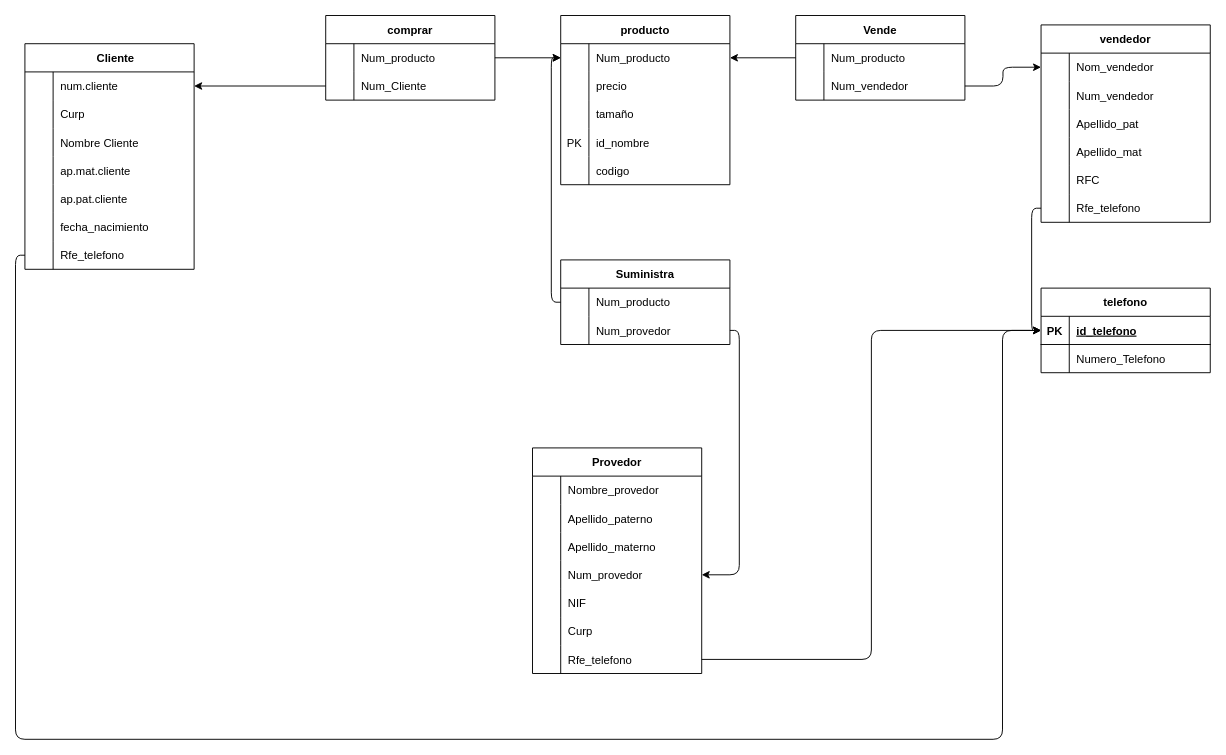
MAB288/fundamentos_de_base_de_datos_Maviel_Martinez keeps this draw.io diagram as page "Page-1" (1 of 2) of DIAGRAMA/TABLAS.drawio. Above is the earlier version. Source tidied: cells renumbered, new cells numbered last; positions are measured from the earlier drawing's top-left corner, leaving out a move shared by most shapes. Both pictures are drawn from the tidied source at 94%, with x=0, y=0 at pixel (15, 15).
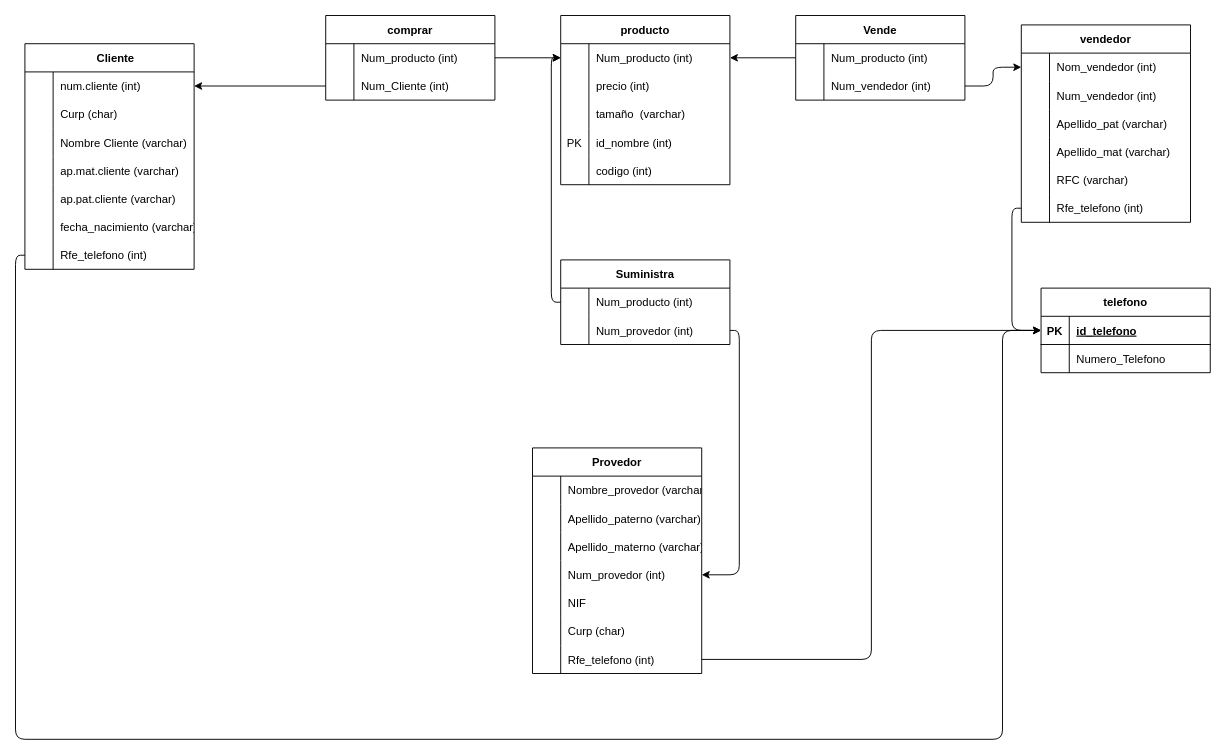
The same diagram, later.

The change refers to these unchanged cells:
```xml
<mxCell id="3" style="shape=tableRow;horizontal=0;startSize=0;swimlaneHead=0;swimlaneBody=0;fillColor=none;points=[[0,0.5],[1,0.5]];portConstraint=eastwest;top=0;left=0;right=0;bottom=0;" parent="2" vertex="1">
<mxCell id="6" style="shape=tableRow;horizontal=0;startSize=0;swimlaneHead=0;swimlaneBody=0;fillColor=none;top=0;left=0;right=0;bottom=0;" parent="2" vertex="1">
<mxCell id="9" style="shape=tableRow;horizontal=0;startSize=0;swimlaneHead=0;swimlaneBody=0;fillColor=none;top=0;left=0;right=0;bottom=0;" parent="2" vertex="1">
<mxCell id="12" style="shape=tableRow;horizontal=0;startSize=0;swimlaneHead=0;swimlaneBody=0;fillColor=none;top=0;left=0;right=0;bottom=0;" parent="2" vertex="1">
<mxCell id="15" style="shape=tableRow;horizontal=0;startSize=0;swimlaneHead=0;swimlaneBody=0;fillColor=none;top=0;left=0;right=0;bottom=0;" parent="2" vertex="1">
<mxCell id="18" style="shape=tableRow;horizontal=0;startSize=0;swimlaneHead=0;swimlaneBody=0;fillColor=none;top=0;left=0;right=0;bottom=0;" parent="2" vertex="1">
<mxCell id="21" style="shape=tableRow;horizontal=0;startSize=0;swimlaneHead=0;swimlaneBody=0;fillColor=none;points=[[0,0.5],[1,0.5]];portConstraint=eastwest;top=0;left=0;right=0;bottom=0;" parent="2" vertex="1">
<mxCell id="25" style="shape=tableRow;horizontal=0;startSize=0;swimlaneHead=0;swimlaneBody=0;fillColor=none;points=[[0,0.5],[1,0.5]];portConstraint=eastwest;top=0;left=0;right=0;bottom=0;" parent="24" vertex="1">
<mxCell id="28" style="shape=tableRow;horizontal=0;startSize=0;swimlaneHead=0;swimlaneBody=0;fillColor=none;points=[[0,0.5],[1,0.5]];portConstraint=eastwest;top=0;left=0;right=0;bottom=0;" parent="24" vertex="1">
<mxCell id="32" style="shape=tableRow;horizontal=0;startSize=0;swimlaneHead=0;swimlaneBody=0;fillColor=none;points=[[0,0.5],[1,0.5]];portConstraint=eastwest;top=0;left=0;right=0;bottom=0;" parent="31" vertex="1">
<mxCell id="35" style="shape=tableRow;horizontal=0;startSize=0;swimlaneHead=0;swimlaneBody=0;fillColor=none;top=0;left=0;right=0;bottom=0;" parent="31" vertex="1">
<mxCell id="38" style="shape=tableRow;horizontal=0;startSize=0;swimlaneHead=0;swimlaneBody=0;fillColor=none;top=0;left=0;right=0;bottom=0;" parent="31" vertex="1">
<mxCell id="41" style="shape=tableRow;horizontal=0;startSize=0;swimlaneHead=0;swimlaneBody=0;fillColor=none;top=0;left=0;right=0;bottom=0;" parent="31" vertex="1">
<mxCell id="44" style="shape=tableRow;horizontal=0;startSize=0;swimlaneHead=0;swimlaneBody=0;fillColor=none;top=0;left=0;right=0;bottom=0;" parent="31" vertex="1">
<mxCell id="48" style="shape=tableRow;horizontal=0;startSize=0;swimlaneHead=0;swimlaneBody=0;fillColor=none;points=[[0,0.5],[1,0.5]];portConstraint=eastwest;top=0;left=0;right=0;bottom=0;" parent="47" vertex="1">
<mxCell id="51" style="shape=tableRow;horizontal=0;startSize=0;swimlaneHead=0;swimlaneBody=0;fillColor=none;points=[[0,0.5],[1,0.5]];portConstraint=eastwest;top=0;left=0;right=0;bottom=0;" parent="47" vertex="1">
<mxCell id="55" style="shape=tableRow;horizontal=0;startSize=0;swimlaneHead=0;swimlaneBody=0;fillColor=none;points=[[0,0.5],[1,0.5]];portConstraint=eastwest;top=0;left=0;right=0;bottom=0;" parent="54" vertex="1">
<mxCell id="58" style="shape=tableRow;horizontal=0;startSize=0;swimlaneHead=0;swimlaneBody=0;fillColor=none;top=0;left=0;right=0;bottom=0;" parent="54" vertex="1">
<mxCell id="61" style="shape=tableRow;horizontal=0;startSize=0;swimlaneHead=0;swimlaneBody=0;fillColor=none;top=0;left=0;right=0;bottom=0;" parent="54" vertex="1">
<mxCell id="64" style="shape=tableRow;horizontal=0;startSize=0;swimlaneHead=0;swimlaneBody=0;fillColor=none;top=0;left=0;right=0;bottom=0;" parent="54" vertex="1">
<mxCell id="67" style="shape=tableRow;horizontal=0;startSize=0;swimlaneHead=0;swimlaneBody=0;fillColor=none;top=0;left=0;right=0;bottom=0;" parent="54" vertex="1">
<mxCell id="70" style="shape=tableRow;horizontal=0;startSize=0;swimlaneHead=0;swimlaneBody=0;fillColor=none;points=[[0,0.5],[1,0.5]];portConstraint=eastwest;top=0;left=0;right=0;bottom=0;" parent="54" vertex="1">
<mxCell id="81" style="shape=tableRow;horizontal=0;startSize=0;swimlaneHead=0;swimlaneBody=0;fillColor=none;points=[[0,0.5],[1,0.5]];portConstraint=eastwest;top=0;left=0;right=0;bottom=0;" parent="80" vertex="1">
<mxCell id="84" style="shape=tableRow;horizontal=0;startSize=0;swimlaneHead=0;swimlaneBody=0;fillColor=none;points=[[0,0.5],[1,0.5]];portConstraint=eastwest;top=0;left=0;right=0;bottom=0;" parent="80" vertex="1">
<mxCell id="88" style="shape=tableRow;horizontal=0;startSize=0;swimlaneHead=0;swimlaneBody=0;fillColor=none;top=0;left=0;right=0;bottom=0;" parent="87" vertex="1">
<mxCell id="91" style="shape=tableRow;horizontal=0;startSize=0;swimlaneHead=0;swimlaneBody=0;fillColor=none;top=0;left=0;right=0;bottom=0;" parent="87" vertex="1">
<mxCell id="94" style="shape=tableRow;horizontal=0;startSize=0;swimlaneHead=0;swimlaneBody=0;fillColor=none;top=0;left=0;right=0;bottom=0;" parent="87" vertex="1">
<mxCell id="97" style="shape=tableRow;horizontal=0;startSize=0;swimlaneHead=0;swimlaneBody=0;fillColor=none;points=[[0,0.5],[1,0.5]];portConstraint=eastwest;top=0;left=0;right=0;bottom=0;" parent="87" vertex="1">
<mxCell id="103" style="shape=tableRow;horizontal=0;startSize=0;swimlaneHead=0;swimlaneBody=0;fillColor=none;top=0;left=0;right=0;bottom=0;" parent="87" vertex="1">
<mxCell id="106" style="shape=tableRow;horizontal=0;startSize=0;swimlaneHead=0;swimlaneBody=0;fillColor=none;points=[[0,0.5],[1,0.5]];portConstraint=eastwest;top=0;left=0;right=0;bottom=0;" parent="87" vertex="1">
```

Diff of the diagram source:
```diff
@@
-    <mxCell id="5" value="num.cliente" style="shape=partialRectangle;fillColor=none;top=0;left=0;bottom=0;right=0;align=left;spacingLeft=6;overflow=hidden;" parent="3" vertex="1">
+    <mxCell id="5" value="num.cliente (int)" style="shape=partialRectangle;fillColor=none;top=0;left=0;bottom=0;right=0;align=left;spacingLeft=6;overflow=hidden;" parent="3" vertex="1">
       <mxGeometry x="30" width="150" height="30" as="geometry" />
     </mxCell>
@@
-    <mxCell id="8" value="Curp" style="shape=partialRectangle;fillColor=none;top=0;left=0;bottom=0;right=0;align=left;spacingLeft=6;overflow=hidden;" parent="6" vertex="1">
+    <mxCell id="8" value="Curp (char)" style="shape=partialRectangle;fillColor=none;top=0;left=0;bottom=0;right=0;align=left;spacingLeft=6;overflow=hidden;" parent="6" vertex="1">
       <mxGeometry x="30" width="150" height="30" as="geometry" />
     </mxCell>
@@
-    <mxCell id="11" value="Nombre Cliente" style="shape=partialRectangle;fillColor=none;top=0;left=0;bottom=0;right=0;align=left;spacingLeft=6;overflow=hidden;" parent="9" vertex="1">
+    <mxCell id="11" value="Nombre Cliente (varchar)" style="shape=partialRectangle;fillColor=none;top=0;left=0;bottom=0;right=0;align=left;spacingLeft=6;overflow=hidden;" parent="9" vertex="1">
       <mxGeometry x="30" width="150" height="30" as="geometry" />
     </mxCell>
@@
-    <mxCell id="14" value="ap.mat.cliente" style="shape=partialRectangle;fillColor=none;top=0;left=0;bottom=0;right=0;align=left;spacingLeft=6;overflow=hidden;" parent="12" vertex="1">
+    <mxCell id="14" value="ap.mat.cliente (varchar)" style="shape=partialRectangle;fillColor=none;top=0;left=0;bottom=0;right=0;align=left;spacingLeft=6;overflow=hidden;" parent="12" vertex="1">
       <mxGeometry x="30" width="150" height="30" as="geometry" />
     </mxCell>
@@
-    <mxCell id="17" value="ap.pat.cliente" style="shape=partialRectangle;fillColor=none;top=0;left=0;bottom=0;right=0;align=left;spacingLeft=6;overflow=hidden;" parent="15" vertex="1">
+    <mxCell id="17" value="ap.pat.cliente (varchar)" style="shape=partialRectangle;fillColor=none;top=0;left=0;bottom=0;right=0;align=left;spacingLeft=6;overflow=hidden;" parent="15" vertex="1">
       <mxGeometry x="30" width="150" height="30" as="geometry" />
     </mxCell>
@@
-    <mxCell id="20" value="fecha_nacimiento" style="shape=partialRectangle;fillColor=none;top=0;left=0;bottom=0;right=0;align=left;spacingLeft=6;overflow=hidden;" parent="18" vertex="1">
+    <mxCell id="20" value="fecha_nacimiento (varchar)" style="shape=partialRectangle;fillColor=none;top=0;left=0;bottom=0;right=0;align=left;spacingLeft=6;overflow=hidden;" parent="18" vertex="1">
       <mxGeometry x="30" width="150" height="30" as="geometry" />
     </mxCell>
@@
-    <mxCell id="23" value="Rfe_telefono" style="shape=partialRectangle;fillColor=none;top=0;left=0;bottom=0;right=0;align=left;spacingLeft=6;overflow=hidden;" parent="21" vertex="1">
+    <mxCell id="23" value="Rfe_telefono (int)" style="shape=partialRectangle;fillColor=none;top=0;left=0;bottom=0;right=0;align=left;spacingLeft=6;overflow=hidden;" parent="21" vertex="1">
       <mxGeometry x="30" width="150" height="30" as="geometry" />
     </mxCell>
@@
-    <mxCell id="27" value="Num_producto" style="shape=partialRectangle;fillColor=none;top=0;left=0;bottom=0;right=0;align=left;spacingLeft=6;overflow=hidden;" parent="25" vertex="1">
+    <mxCell id="27" value="Num_producto (int)" style="shape=partialRectangle;fillColor=none;top=0;left=0;bottom=0;right=0;align=left;spacingLeft=6;overflow=hidden;" parent="25" vertex="1">
       <mxGeometry x="30" width="150" height="30" as="geometry" />
     </mxCell>
@@
-    <mxCell id="30" value="Num_Cliente" style="shape=partialRectangle;fillColor=none;top=0;left=0;bottom=0;right=0;align=left;spacingLeft=6;overflow=hidden;" parent="28" vertex="1">
+    <mxCell id="30" value="Num_Cliente (int)" style="shape=partialRectangle;fillColor=none;top=0;left=0;bottom=0;right=0;align=left;spacingLeft=6;overflow=hidden;" parent="28" vertex="1">
       <mxGeometry x="30" width="150" height="30" as="geometry" />
     </mxCell>
@@
-    <mxCell id="34" value="Num_producto" style="shape=partialRectangle;fillColor=none;top=0;left=0;bottom=0;right=0;align=left;spacingLeft=6;overflow=hidden;" parent="32" vertex="1">
+    <mxCell id="34" value="Num_producto (int)" style="shape=partialRectangle;fillColor=none;top=0;left=0;bottom=0;right=0;align=left;spacingLeft=6;overflow=hidden;" parent="32" vertex="1">
       <mxGeometry x="30" width="150" height="30" as="geometry" />
     </mxCell>
@@
-    <mxCell id="37" value="precio" style="shape=partialRectangle;fillColor=none;top=0;left=0;bottom=0;right=0;align=left;spacingLeft=6;overflow=hidden;" parent="35" vertex="1">
+    <mxCell id="37" value="precio (int)" style="shape=partialRectangle;fillColor=none;top=0;left=0;bottom=0;right=0;align=left;spacingLeft=6;overflow=hidden;" parent="35" vertex="1">
       <mxGeometry x="30" width="150" height="30" as="geometry" />
     </mxCell>
@@
-    <mxCell id="40" value="tamaño" style="shape=partialRectangle;fillColor=none;top=0;left=0;bottom=0;right=0;align=left;spacingLeft=6;overflow=hidden;" parent="38" vertex="1">
+    <mxCell id="40" value="tamaño  (varchar)" style="shape=partialRectangle;fillColor=none;top=0;left=0;bottom=0;right=0;align=left;spacingLeft=6;overflow=hidden;" parent="38" vertex="1">
       <mxGeometry x="30" width="150" height="30" as="geometry" />
     </mxCell>
@@
-    <mxCell id="43" value="id_nombre" style="shape=partialRectangle;fillColor=none;top=0;left=0;bottom=0;right=0;align=left;spacingLeft=6;overflow=hidden;" parent="41" vertex="1">
+    <mxCell id="43" value="id_nombre (int)" style="shape=partialRectangle;fillColor=none;top=0;left=0;bottom=0;right=0;align=left;spacingLeft=6;overflow=hidden;" parent="41" vertex="1">
       <mxGeometry x="30" width="150" height="30" as="geometry" />
     </mxCell>
@@
-    <mxCell id="46" value="codigo" style="shape=partialRectangle;fillColor=none;top=0;left=0;bottom=0;right=0;align=left;spacingLeft=6;overflow=hidden;" parent="44" vertex="1">
+    <mxCell id="46" value="codigo (int)" style="shape=partialRectangle;fillColor=none;top=0;left=0;bottom=0;right=0;align=left;spacingLeft=6;overflow=hidden;" parent="44" vertex="1">
       <mxGeometry x="30" width="150" height="30" as="geometry" />
     </mxCell>
@@
-    <mxCell id="50" value="Num_producto" style="shape=partialRectangle;fillColor=none;top=0;left=0;bottom=0;right=0;align=left;spacingLeft=6;overflow=hidden;" parent="48" vertex="1">
+    <mxCell id="50" value="Num_producto (int)" style="shape=partialRectangle;fillColor=none;top=0;left=0;bottom=0;right=0;align=left;spacingLeft=6;overflow=hidden;" parent="48" vertex="1">
       <mxGeometry x="30" width="150" height="30" as="geometry" />
     </mxCell>
@@
-    <mxCell id="53" value="Num_vendedor" style="shape=partialRectangle;fillColor=none;top=0;left=0;bottom=0;right=0;align=left;spacingLeft=6;overflow=hidden;" parent="51" vertex="1">
+    <mxCell id="53" value="Num_vendedor (int)" style="shape=partialRectangle;fillColor=none;top=0;left=0;bottom=0;right=0;align=left;spacingLeft=6;overflow=hidden;" parent="51" vertex="1">
       <mxGeometry x="30" width="150" height="30" as="geometry" />
     </mxCell>
     <mxCell id="54" value="vendedor" style="shape=table;startSize=30;childLayout=tableLayout;rowLines=0;fontStyle=1;align=center;" parent="1" vertex="1">
-      <mxGeometry x="1091" y="10" width="180" height="210" as="geometry" />
+      <mxGeometry x="1070" y="10" width="180" height="210" as="geometry" />
     </mxCell>
@@
-    <mxCell id="57" value="Nom_vendedor" style="shape=partialRectangle;fillColor=none;top=0;left=0;bottom=0;right=0;align=left;spacingLeft=6;overflow=hidden;" parent="55" vertex="1">
+    <mxCell id="57" value="Nom_vendedor (int)" style="shape=partialRectangle;fillColor=none;top=0;left=0;bottom=0;right=0;align=left;spacingLeft=6;overflow=hidden;" parent="55" vertex="1">
       <mxGeometry x="30" width="150" height="30" as="geometry" />
     </mxCell>
@@
-    <mxCell id="60" value="Num_vendedor" style="shape=partialRectangle;fillColor=none;top=0;left=0;bottom=0;right=0;align=left;spacingLeft=6;overflow=hidden;" parent="58" vertex="1">
+    <mxCell id="60" value="Num_vendedor (int)" style="shape=partialRectangle;fillColor=none;top=0;left=0;bottom=0;right=0;align=left;spacingLeft=6;overflow=hidden;" parent="58" vertex="1">
       <mxGeometry x="30" width="150" height="30" as="geometry" />
     </mxCell>
@@
-    <mxCell id="63" value="Apellido_pat" style="shape=partialRectangle;fillColor=none;top=0;left=0;bottom=0;right=0;align=left;spacingLeft=6;overflow=hidden;" parent="61" vertex="1">
+    <mxCell id="63" value="Apellido_pat (varchar)" style="shape=partialRectangle;fillColor=none;top=0;left=0;bottom=0;right=0;align=left;spacingLeft=6;overflow=hidden;" parent="61" vertex="1">
       <mxGeometry x="30" width="150" height="30" as="geometry" />
     </mxCell>
@@
-    <mxCell id="66" value="Apellido_mat" style="shape=partialRectangle;fillColor=none;top=0;left=0;bottom=0;right=0;align=left;spacingLeft=6;overflow=hidden;" parent="64" vertex="1">
+    <mxCell id="66" value="Apellido_mat (varchar)" style="shape=partialRectangle;fillColor=none;top=0;left=0;bottom=0;right=0;align=left;spacingLeft=6;overflow=hidden;" parent="64" vertex="1">
       <mxGeometry x="30" width="150" height="30" as="geometry" />
     </mxCell>
@@
-    <mxCell id="69" value="RFC" style="shape=partialRectangle;fillColor=none;top=0;left=0;bottom=0;right=0;align=left;spacingLeft=6;overflow=hidden;" parent="67" vertex="1">
+    <mxCell id="69" value="RFC (varchar)" style="shape=partialRectangle;fillColor=none;top=0;left=0;bottom=0;right=0;align=left;spacingLeft=6;overflow=hidden;" parent="67" vertex="1">
       <mxGeometry x="30" width="150" height="30" as="geometry" />
     </mxCell>
@@
-    <mxCell id="72" value="Rfe_telefono" style="shape=partialRectangle;fillColor=none;top=0;left=0;bottom=0;right=0;align=left;spacingLeft=6;overflow=hidden;" parent="70" vertex="1">
+    <mxCell id="72" value="Rfe_telefono (int)" style="shape=partialRectangle;fillColor=none;top=0;left=0;bottom=0;right=0;align=left;spacingLeft=6;overflow=hidden;" parent="70" vertex="1">
       <mxGeometry x="30" width="150" height="30" as="geometry" />
     </mxCell>
@@
-    <mxCell id="83" value="Num_producto" style="shape=partialRectangle;fillColor=none;top=0;left=0;bottom=0;right=0;align=left;spacingLeft=6;overflow=hidden;" parent="81" vertex="1">
+    <mxCell id="83" value="Num_producto (int)" style="shape=partialRectangle;fillColor=none;top=0;left=0;bottom=0;right=0;align=left;spacingLeft=6;overflow=hidden;" parent="81" vertex="1">
       <mxGeometry x="30" width="150" height="30" as="geometry" />
     </mxCell>
@@
-    <mxCell id="86" value="Num_provedor" style="shape=partialRectangle;fillColor=none;top=0;left=0;bottom=0;right=0;align=left;spacingLeft=6;overflow=hidden;" parent="84" vertex="1">
+    <mxCell id="86" value="Num_provedor (int)" style="shape=partialRectangle;fillColor=none;top=0;left=0;bottom=0;right=0;align=left;spacingLeft=6;overflow=hidden;" parent="84" vertex="1">
       <mxGeometry x="30" width="150" height="30" as="geometry" />
     </mxCell>
@@
-    <mxCell id="90" value="Nombre_provedor" style="shape=partialRectangle;fillColor=none;top=0;left=0;bottom=0;right=0;align=left;spacingLeft=6;overflow=hidden;" parent="88" vertex="1">
+    <mxCell id="90" value="Nombre_provedor (varchar)" style="shape=partialRectangle;fillColor=none;top=0;left=0;bottom=0;right=0;align=left;spacingLeft=6;overflow=hidden;" parent="88" vertex="1">
       <mxGeometry x="30" width="150" height="30" as="geometry" />
     </mxCell>
@@
-    <mxCell id="93" value="Apellido_paterno" style="shape=partialRectangle;fillColor=none;top=0;left=0;bottom=0;right=0;align=left;spacingLeft=6;overflow=hidden;" parent="91" vertex="1">
+    <mxCell id="93" value="Apellido_paterno (varchar)" style="shape=partialRectangle;fillColor=none;top=0;left=0;bottom=0;right=0;align=left;spacingLeft=6;overflow=hidden;" parent="91" vertex="1">
       <mxGeometry x="30" width="150" height="30" as="geometry" />
     </mxCell>
@@
-    <mxCell id="96" value="Apellido_materno" style="shape=partialRectangle;fillColor=none;top=0;left=0;bottom=0;right=0;align=left;spacingLeft=6;overflow=hidden;" parent="94" vertex="1">
+    <mxCell id="96" value="Apellido_materno (varchar)" style="shape=partialRectangle;fillColor=none;top=0;left=0;bottom=0;right=0;align=left;spacingLeft=6;overflow=hidden;" parent="94" vertex="1">
       <mxGeometry x="30" width="150" height="30" as="geometry" />
     </mxCell>
@@
-    <mxCell id="99" value="Num_provedor" style="shape=partialRectangle;fillColor=none;top=0;left=0;bottom=0;right=0;align=left;spacingLeft=6;overflow=hidden;" parent="97" vertex="1">
+    <mxCell id="99" value="Num_provedor (int)" style="shape=partialRectangle;fillColor=none;top=0;left=0;bottom=0;right=0;align=left;spacingLeft=6;overflow=hidden;" parent="97" vertex="1">
       <mxGeometry x="30" width="150" height="30" as="geometry" />
     </mxCell>
@@
-    <mxCell id="105" value="Curp" style="shape=partialRectangle;fillColor=none;top=0;left=0;bottom=0;right=0;align=left;spacingLeft=6;overflow=hidden;" parent="103" vertex="1">
+    <mxCell id="105" value="Curp (char)" style="shape=partialRectangle;fillColor=none;top=0;left=0;bottom=0;right=0;align=left;spacingLeft=6;overflow=hidden;" parent="103" vertex="1">
       <mxGeometry x="30" width="150" height="30" as="geometry" />
     </mxCell>
@@
-    <mxCell id="108" value="Rfe_telefono" style="shape=partialRectangle;fillColor=none;top=0;left=0;bottom=0;right=0;align=left;spacingLeft=6;overflow=hidden;" parent="106" vertex="1">
+    <mxCell id="108" value="Rfe_telefono (int)" style="shape=partialRectangle;fillColor=none;top=0;left=0;bottom=0;right=0;align=left;spacingLeft=6;overflow=hidden;" parent="106" vertex="1">
       <mxGeometry x="30" width="150" height="30" as="geometry" />
     </mxCell>
```
